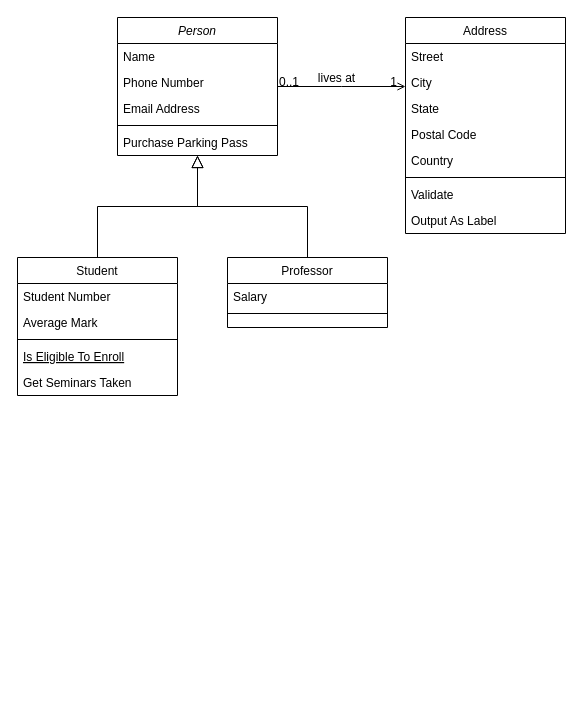
Above: Class-Diagram.drawio in yulisit1/tefa (draw.io), before the change. Source tidied: cells renumbered, new cells numbered last; positions are measured from the earlier drawing's top-left corner, leaving out a move shared by most shapes. Both pictures are drawn from the tidied source at 100%, with x=0, y=0 at pixel (17, 17).
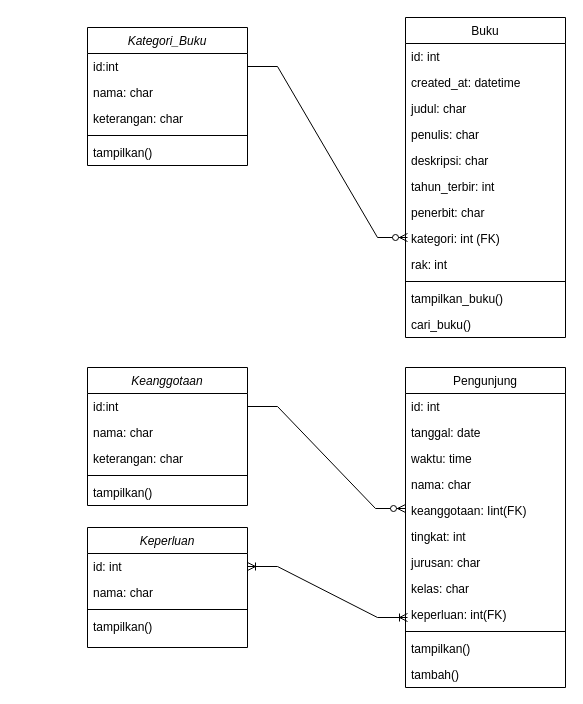
The same page after the edit.

Diff of the diagram source:
```diff
@@
-    <mxCell id="2" value="Person" style="swimlane;fontStyle=2;align=center;verticalAlign=top;horizontal=1;startSize=26;rounded=0;shadow=0;strokeWidth=1;" parent="1" vertex="1">
-      <mxGeometry x="100" width="160" height="138" as="geometry" />
+    <mxCell id="2" value="Kategori_Buku" style="swimlane;fontStyle=2;align=center;verticalAlign=top;horizontal=1;startSize=26;rounded=0;shadow=0;strokeWidth=1;" parent="1" vertex="1">
+      <mxGeometry x="70" y="10" width="160" height="138" as="geometry" />
     </mxCell>
-    <mxCell id="3" value="Name" style="text;align=left;verticalAlign=top;spacingLeft=4;spacingRight=4;overflow=hidden;points=[[0,0.5],[1,0.5]];portConstraint=eastwest;" parent="2" vertex="1">
+    <mxCell id="3" value="id:int" style="text;align=left;verticalAlign=top;spacingLeft=4;spacingRight=4;overflow=hidden;points=[[0,0.5],[1,0.5]];portConstraint=eastwest;" parent="2" vertex="1">
       <mxGeometry y="26" width="160" height="26" as="geometry" />
     </mxCell>
-    <mxCell id="4" value="Phone Number" style="text;align=left;verticalAlign=top;spacingLeft=4;spacingRight=4;overflow=hidden;rounded=0;shadow=0;html=0;" parent="2" vertex="1">
+    <mxCell id="4" value="nama: char" style="text;align=left;verticalAlign=top;spacingLeft=4;spacingRight=4;overflow=hidden;rounded=0;shadow=0;html=0;" parent="2" vertex="1">
       <mxGeometry y="52" width="160" height="26" as="geometry" />
     </mxCell>
-    <mxCell id="5" value="Email Address" style="text;align=left;verticalAlign=top;spacingLeft=4;spacingRight=4;overflow=hidden;rounded=0;shadow=0;html=0;" parent="2" vertex="1">
+    <mxCell id="5" value="keterangan: char" style="text;align=left;verticalAlign=top;spacingLeft=4;spacingRight=4;overflow=hidden;rounded=0;shadow=0;html=0;" parent="2" vertex="1">
       <mxGeometry y="78" width="160" height="26" as="geometry" />
     </mxCell>
@@
-    <mxCell id="7" value="Purchase Parking Pass" style="text;align=left;verticalAlign=top;spacingLeft=4;spacingRight=4;overflow=hidden;" parent="2" vertex="1">
+    <mxCell id="7" value="tampilkan()" style="text;align=left;verticalAlign=top;spacingLeft=4;spacingRight=4;overflow=hidden;" parent="2" vertex="1">
       <mxGeometry y="112" width="160" height="26" as="geometry" />
     </mxCell>
-    <mxCell id="8" value="Student" style="swimlane;fontStyle=0;align=center;verticalAlign=top;horizontal=1;startSize=26;rounded=0;shadow=0;strokeWidth=1;" parent="1" vertex="1">
-      <mxGeometry y="240" width="160" height="138" as="geometry" />
-    </mxCell>
-    <mxCell id="9" value="Student Number" style="text;align=left;verticalAlign=top;spacingLeft=4;spacingRight=4;overflow=hidden;" parent="8" vertex="1">
-      <mxGeometry y="26" width="160" height="26" as="geometry" />
-    </mxCell>
-    <mxCell id="10" value="Average Mark" style="text;align=left;verticalAlign=top;spacingLeft=4;spacingRight=4;overflow=hidden;rounded=0;shadow=0;html=0;" parent="8" vertex="1">
-      <mxGeometry y="52" width="160" height="26" as="geometry" />
-    </mxCell>
-    <mxCell id="11" style="line;html=1;strokeWidth=1;align=left;verticalAlign=middle;spacingTop=-1;spacingLeft=3;spacingRight=3;labelPosition=right;" parent="8" vertex="1">
-      <mxGeometry y="78" width="160" height="8" as="geometry" />
-    </mxCell>
-    <mxCell id="12" value="Is Eligible To Enroll" style="text;align=left;verticalAlign=top;spacingLeft=4;spacingRight=4;overflow=hidden;fontStyle=4;" parent="8" vertex="1">
-      <mxGeometry y="86" width="160" height="26" as="geometry" />
-    </mxCell>
-    <mxCell id="13" value="Get Seminars Taken" style="text;align=left;verticalAlign=top;spacingLeft=4;spacingRight=4;overflow=hidden;" parent="8" vertex="1">
-      <mxGeometry y="112" width="160" height="26" as="geometry" />
-    </mxCell>
-    <mxCell id="14" style="endArrow=block;endSize=10;endFill=0;shadow=0;strokeWidth=1;rounded=0;edgeStyle=elbowEdgeStyle;elbow=vertical;" parent="1" edge="1" source="8" target="2">
-      <mxGeometry relative="1" as="geometry" />
-    </mxCell>
-    <mxCell id="15" value="Professor" style="swimlane;fontStyle=0;align=center;verticalAlign=top;horizontal=1;startSize=26;rounded=0;shadow=0;strokeWidth=1;" parent="1" vertex="1">
-      <mxGeometry x="210" y="240" width="160" height="70" as="geometry" />
-    </mxCell>
-    <mxCell id="16" value="Salary" style="text;align=left;verticalAlign=top;spacingLeft=4;spacingRight=4;overflow=hidden;" parent="15" vertex="1">
-      <mxGeometry y="26" width="160" height="26" as="geometry" />
-    </mxCell>
-    <mxCell id="17" style="line;html=1;strokeWidth=1;align=left;verticalAlign=middle;spacingTop=-1;spacingLeft=3;spacingRight=3;labelPosition=right;" parent="15" vertex="1">
-      <mxGeometry y="52" width="160" height="8" as="geometry" />
-    </mxCell>
-    <mxCell id="18" style="endArrow=block;endSize=10;endFill=0;shadow=0;strokeWidth=1;rounded=0;edgeStyle=elbowEdgeStyle;elbow=vertical;" parent="1" edge="1" source="15" target="2">
-      <mxGeometry relative="1" as="geometry" />
-    </mxCell>
-    <mxCell id="19" value="Address" style="swimlane;fontStyle=0;align=center;verticalAlign=top;horizontal=1;startSize=26;rounded=0;shadow=0;strokeWidth=1;" parent="1" vertex="1">
-      <mxGeometry x="388" width="160" height="216" as="geometry" />
+    <mxCell id="19" value="Buku" style="swimlane;fontStyle=0;align=center;verticalAlign=top;horizontal=1;startSize=26;rounded=0;shadow=0;strokeWidth=1;" parent="1" vertex="1">
+      <mxGeometry x="388" width="160" height="320" as="geometry" />
     </mxCell>
-    <mxCell id="20" value="Street" style="text;align=left;verticalAlign=top;spacingLeft=4;spacingRight=4;overflow=hidden;" parent="19" vertex="1">
+    <mxCell id="20" value="id: int" style="text;align=left;verticalAlign=top;spacingLeft=4;spacingRight=4;overflow=hidden;" parent="19" vertex="1">
       <mxGeometry y="26" width="160" height="26" as="geometry" />
     </mxCell>
-    <mxCell id="21" value="City" style="text;align=left;verticalAlign=top;spacingLeft=4;spacingRight=4;overflow=hidden;rounded=0;shadow=0;html=0;" parent="19" vertex="1">
+    <mxCell id="21" value="created_at: datetime" style="text;align=left;verticalAlign=top;spacingLeft=4;spacingRight=4;overflow=hidden;rounded=0;shadow=0;html=0;" parent="19" vertex="1">
       <mxGeometry y="52" width="160" height="26" as="geometry" />
     </mxCell>
-    <mxCell id="22" value="State" style="text;align=left;verticalAlign=top;spacingLeft=4;spacingRight=4;overflow=hidden;rounded=0;shadow=0;html=0;" parent="19" vertex="1">
+    <mxCell id="22" value="judul: char" style="text;align=left;verticalAlign=top;spacingLeft=4;spacingRight=4;overflow=hidden;rounded=0;shadow=0;html=0;" parent="19" vertex="1">
       <mxGeometry y="78" width="160" height="26" as="geometry" />
     </mxCell>
-    <mxCell id="23" value="Postal Code" style="text;align=left;verticalAlign=top;spacingLeft=4;spacingRight=4;overflow=hidden;rounded=0;shadow=0;html=0;" parent="19" vertex="1">
+    <mxCell id="23" value="penulis: char" style="text;align=left;verticalAlign=top;spacingLeft=4;spacingRight=4;overflow=hidden;rounded=0;shadow=0;html=0;" parent="19" vertex="1">
       <mxGeometry y="104" width="160" height="26" as="geometry" />
     </mxCell>
-    <mxCell id="24" value="Country" style="text;align=left;verticalAlign=top;spacingLeft=4;spacingRight=4;overflow=hidden;rounded=0;shadow=0;html=0;" parent="19" vertex="1">
+    <mxCell id="24" value="deskripsi: char" style="text;align=left;verticalAlign=top;spacingLeft=4;spacingRight=4;overflow=hidden;rounded=0;shadow=0;html=0;" parent="19" vertex="1">
       <mxGeometry y="130" width="160" height="26" as="geometry" />
     </mxCell>
+    <mxCell id="32" value="tahun_terbir: int" style="text;align=left;verticalAlign=top;spacingLeft=4;spacingRight=4;overflow=hidden;rounded=0;shadow=0;html=0;" parent="19" vertex="1">
+      <mxGeometry y="156" width="160" height="26" as="geometry" />
+    </mxCell>
+    <mxCell id="33" value="penerbit: char" style="text;align=left;verticalAlign=top;spacingLeft=4;spacingRight=4;overflow=hidden;rounded=0;shadow=0;html=0;" parent="19" vertex="1">
+      <mxGeometry y="182" width="160" height="26" as="geometry" />
+    </mxCell>
+    <mxCell id="34" value="kategori: int (FK)" style="text;align=left;verticalAlign=top;spacingLeft=4;spacingRight=4;overflow=hidden;rounded=0;shadow=0;html=0;" parent="19" vertex="1">
+      <mxGeometry y="208" width="160" height="26" as="geometry" />
+    </mxCell>
+    <mxCell id="35" value="rak: int" style="text;align=left;verticalAlign=top;spacingLeft=4;spacingRight=4;overflow=hidden;rounded=0;shadow=0;html=0;" parent="19" vertex="1">
+      <mxGeometry y="234" width="160" height="26" as="geometry" />
+    </mxCell>
     <mxCell id="25" style="line;html=1;strokeWidth=1;align=left;verticalAlign=middle;spacingTop=-1;spacingLeft=3;spacingRight=3;labelPosition=right;" parent="19" vertex="1">
-      <mxGeometry y="156" width="160" height="8" as="geometry" />
+      <mxGeometry y="260" width="160" height="8" as="geometry" />
     </mxCell>
-    <mxCell id="26" value="Validate" style="text;align=left;verticalAlign=top;spacingLeft=4;spacingRight=4;overflow=hidden;" parent="19" vertex="1">
-      <mxGeometry y="164" width="160" height="26" as="geometry" />
+    <mxCell id="26" value="tampilkan_buku()" style="text;align=left;verticalAlign=top;spacingLeft=4;spacingRight=4;overflow=hidden;" parent="19" vertex="1">
+      <mxGeometry y="268" width="160" height="26" as="geometry" />
     </mxCell>
-    <mxCell id="27" value="Output As Label" style="text;align=left;verticalAlign=top;spacingLeft=4;spacingRight=4;overflow=hidden;" parent="19" vertex="1">
-      <mxGeometry y="190" width="160" height="26" as="geometry" />
+    <mxCell id="27" value="cari_buku()" style="text;align=left;verticalAlign=top;spacingLeft=4;spacingRight=4;overflow=hidden;" parent="19" vertex="1">
+      <mxGeometry y="294" width="160" height="26" as="geometry" />
     </mxCell>
-    <mxCell id="28" style="endArrow=open;shadow=0;strokeWidth=1;rounded=0;endFill=1;edgeStyle=elbowEdgeStyle;elbow=vertical;" parent="1" edge="1" source="2" target="19">
-      <mxGeometry x="0.5" y="41" relative="1" as="geometry">
-        <mxPoint x="-40" y="32" as="offset" />
-      </mxGeometry>
-    </mxCell>
-    <mxCell id="29" value="0..1" style="align=left;verticalAlign=bottom;labelBackgroundColor=none;fontSize=12;" parent="28" vertex="1">
-      <mxGeometry x="-1" relative="1" as="geometry">
-        <mxPoint y="4" as="offset" />
-      </mxGeometry>
-    </mxCell>
-    <mxCell id="30" value="1" style="align=right;verticalAlign=bottom;labelBackgroundColor=none;fontSize=12;" parent="28" vertex="1">
-      <mxGeometry x="1" relative="1" as="geometry">
-        <mxPoint x="-7" y="4" as="offset" />
-      </mxGeometry>
-    </mxCell>
-    <mxCell id="31" value="lives at" style="text;html=1;align=center;verticalAlign=middle;labelBackgroundColor=none;rounded=0;shadow=0;strokeWidth=1;fontSize=12;" parent="28" vertex="1">
-      <mxGeometry x="0.5" y="49" relative="1" as="geometry">
-        <mxPoint x="-38" y="40" as="offset" />
-      </mxGeometry>
-    </mxCell>
+    <mxCell id="36" value="Keanggotaan" style="swimlane;fontStyle=2;align=center;verticalAlign=top;horizontal=1;startSize=26;rounded=0;shadow=0;strokeWidth=1;" parent="1" vertex="1">
+      <mxGeometry x="70" y="350" width="160" height="138" as="geometry" />
+    </mxCell>
+    <mxCell id="37" value="id:int" style="text;align=left;verticalAlign=top;spacingLeft=4;spacingRight=4;overflow=hidden;points=[[0,0.5],[1,0.5]];portConstraint=eastwest;" parent="36" vertex="1">
+      <mxGeometry y="26" width="160" height="26" as="geometry" />
+    </mxCell>
+    <mxCell id="38" value="nama: char" style="text;align=left;verticalAlign=top;spacingLeft=4;spacingRight=4;overflow=hidden;rounded=0;shadow=0;html=0;" parent="36" vertex="1">
+      <mxGeometry y="52" width="160" height="26" as="geometry" />
+    </mxCell>
+    <mxCell id="39" value="keterangan: char" style="text;align=left;verticalAlign=top;spacingLeft=4;spacingRight=4;overflow=hidden;rounded=0;shadow=0;html=0;" parent="36" vertex="1">
+      <mxGeometry y="78" width="160" height="26" as="geometry" />
+    </mxCell>
+    <mxCell id="40" style="line;html=1;strokeWidth=1;align=left;verticalAlign=middle;spacingTop=-1;spacingLeft=3;spacingRight=3;labelPosition=right;" parent="36" vertex="1">
+      <mxGeometry y="104" width="160" height="8" as="geometry" />
+    </mxCell>
+    <mxCell id="41" value="tampilkan()" style="text;align=left;verticalAlign=top;spacingLeft=4;spacingRight=4;overflow=hidden;" parent="36" vertex="1">
+      <mxGeometry y="112" width="160" height="26" as="geometry" />
+    </mxCell>
+    <mxCell id="42" value="Keperluan" style="swimlane;fontStyle=2;align=center;verticalAlign=top;horizontal=1;startSize=26;rounded=0;shadow=0;strokeWidth=1;" parent="1" vertex="1">
+      <mxGeometry x="70" y="510" width="160" height="120" as="geometry" />
+    </mxCell>
+    <mxCell id="43" value="id: int" style="text;align=left;verticalAlign=top;spacingLeft=4;spacingRight=4;overflow=hidden;points=[[0,0.5],[1,0.5]];portConstraint=eastwest;rounded=0;shadow=0;html=0;" parent="42" vertex="1">
+      <mxGeometry y="26" width="160" height="26" as="geometry" />
+    </mxCell>
+    <mxCell id="44" value="nama: char" style="text;align=left;verticalAlign=top;spacingLeft=4;spacingRight=4;overflow=hidden;rounded=0;shadow=0;html=0;" parent="42" vertex="1">
+      <mxGeometry y="52" width="160" height="26" as="geometry" />
+    </mxCell>
+    <mxCell id="11" style="line;html=1;strokeWidth=1;align=left;verticalAlign=middle;spacingTop=-1;spacingLeft=3;spacingRight=3;labelPosition=right;" parent="42" vertex="1">
+      <mxGeometry y="78" width="160" height="8" as="geometry" />
+    </mxCell>
+    <mxCell id="45" value="tampilkan()" style="text;align=left;verticalAlign=top;spacingLeft=4;spacingRight=4;overflow=hidden;" parent="42" vertex="1">
+      <mxGeometry y="86" width="160" height="26" as="geometry" />
+    </mxCell>
+    <mxCell id="46" value="Pengunjung" style="swimlane;fontStyle=0;align=center;verticalAlign=top;horizontal=1;startSize=26;rounded=0;shadow=0;strokeWidth=1;" parent="1" vertex="1">
+      <mxGeometry x="388" y="350" width="160" height="320" as="geometry" />
+    </mxCell>
+    <mxCell id="47" value="id: int" style="text;align=left;verticalAlign=top;spacingLeft=4;spacingRight=4;overflow=hidden;" parent="46" vertex="1">
+      <mxGeometry y="26" width="160" height="26" as="geometry" />
+    </mxCell>
+    <mxCell id="48" value="tanggal: date" style="text;align=left;verticalAlign=top;spacingLeft=4;spacingRight=4;overflow=hidden;rounded=0;shadow=0;html=0;" parent="46" vertex="1">
+      <mxGeometry y="52" width="160" height="26" as="geometry" />
+    </mxCell>
+    <mxCell id="49" value="waktu: time" style="text;align=left;verticalAlign=top;spacingLeft=4;spacingRight=4;overflow=hidden;rounded=0;shadow=0;html=0;" parent="46" vertex="1">
+      <mxGeometry y="78" width="160" height="26" as="geometry" />
+    </mxCell>
+    <mxCell id="50" value="nama: char" style="text;align=left;verticalAlign=top;spacingLeft=4;spacingRight=4;overflow=hidden;rounded=0;shadow=0;html=0;" parent="46" vertex="1">
+      <mxGeometry y="104" width="160" height="26" as="geometry" />
+    </mxCell>
+    <mxCell id="51" value="keanggotaan: Iint(FK)" style="text;align=left;verticalAlign=top;spacingLeft=4;spacingRight=4;overflow=hidden;rounded=0;shadow=0;html=0;" parent="46" vertex="1">
+      <mxGeometry y="130" width="160" height="26" as="geometry" />
+    </mxCell>
+    <mxCell id="52" value="tingkat: int" style="text;align=left;verticalAlign=top;spacingLeft=4;spacingRight=4;overflow=hidden;rounded=0;shadow=0;html=0;" parent="46" vertex="1">
+      <mxGeometry y="156" width="160" height="26" as="geometry" />
+    </mxCell>
+    <mxCell id="53" value="jurusan: char" style="text;align=left;verticalAlign=top;spacingLeft=4;spacingRight=4;overflow=hidden;rounded=0;shadow=0;html=0;" parent="46" vertex="1">
+      <mxGeometry y="182" width="160" height="26" as="geometry" />
+    </mxCell>
+    <mxCell id="54" value="kelas: char" style="text;align=left;verticalAlign=top;spacingLeft=4;spacingRight=4;overflow=hidden;rounded=0;shadow=0;html=0;" parent="46" vertex="1">
+      <mxGeometry y="208" width="160" height="26" as="geometry" />
+    </mxCell>
+    <mxCell id="55" value="keperluan: int(FK)" style="text;align=left;verticalAlign=top;spacingLeft=4;spacingRight=4;overflow=hidden;rounded=0;shadow=0;html=0;" parent="46" vertex="1">
+      <mxGeometry y="234" width="160" height="26" as="geometry" />
+    </mxCell>
+    <mxCell id="56" style="line;html=1;strokeWidth=1;align=left;verticalAlign=middle;spacingTop=-1;spacingLeft=3;spacingRight=3;labelPosition=right;" parent="46" vertex="1">
+      <mxGeometry y="260" width="160" height="8" as="geometry" />
+    </mxCell>
+    <mxCell id="57" value="tampilkan()" style="text;align=left;verticalAlign=top;spacingLeft=4;spacingRight=4;overflow=hidden;" parent="46" vertex="1">
+      <mxGeometry y="268" width="160" height="26" as="geometry" />
+    </mxCell>
+    <mxCell id="58" value="tambah()" style="text;align=left;verticalAlign=top;spacingLeft=4;spacingRight=4;overflow=hidden;" parent="46" vertex="1">
+      <mxGeometry y="294" width="160" height="26" as="geometry" />
+    </mxCell>
+    <mxCell id="59" style="edgeStyle=entityRelationEdgeStyle;fontSize=12;html=1;endArrow=ERzeroToMany;endFill=1;rounded=0;exitX=1;exitY=0.5;exitDx=0;exitDy=0;" parent="1" edge="1" source="3">
+      <mxGeometry relative="1" as="geometry">
+        <mxPoint x="390" y="220" as="targetPoint" />
+      </mxGeometry>
+    </mxCell>
+    <mxCell id="60" style="edgeStyle=entityRelationEdgeStyle;fontSize=12;html=1;endArrow=ERzeroToMany;endFill=1;rounded=0;exitX=1;exitY=0.5;exitDx=0;exitDy=0;" parent="1" edge="1" source="37">
+      <mxGeometry relative="1" as="geometry">
+        <mxPoint x="388" y="491" as="targetPoint" />
+      </mxGeometry>
+    </mxCell>
+    <mxCell id="61" style="edgeStyle=entityRelationEdgeStyle;fontSize=12;html=1;endArrow=ERoneToMany;startArrow=ERoneToMany;rounded=0;exitX=1;exitY=0.5;exitDx=0;exitDy=0;" parent="1" edge="1" source="43">
+      <mxGeometry relative="1" as="geometry">
+        <mxPoint x="390" y="600" as="targetPoint" />
+        <Array as="points">
+          <mxPoint x="360" y="610" />
+          <mxPoint x="270" y="610" />
+          <mxPoint x="300" y="580" />
+          <mxPoint x="300" y="590" />
+          <mxPoint x="360" y="620" />
+        </Array>
+      </mxGeometry>
+    </mxCell>
```
